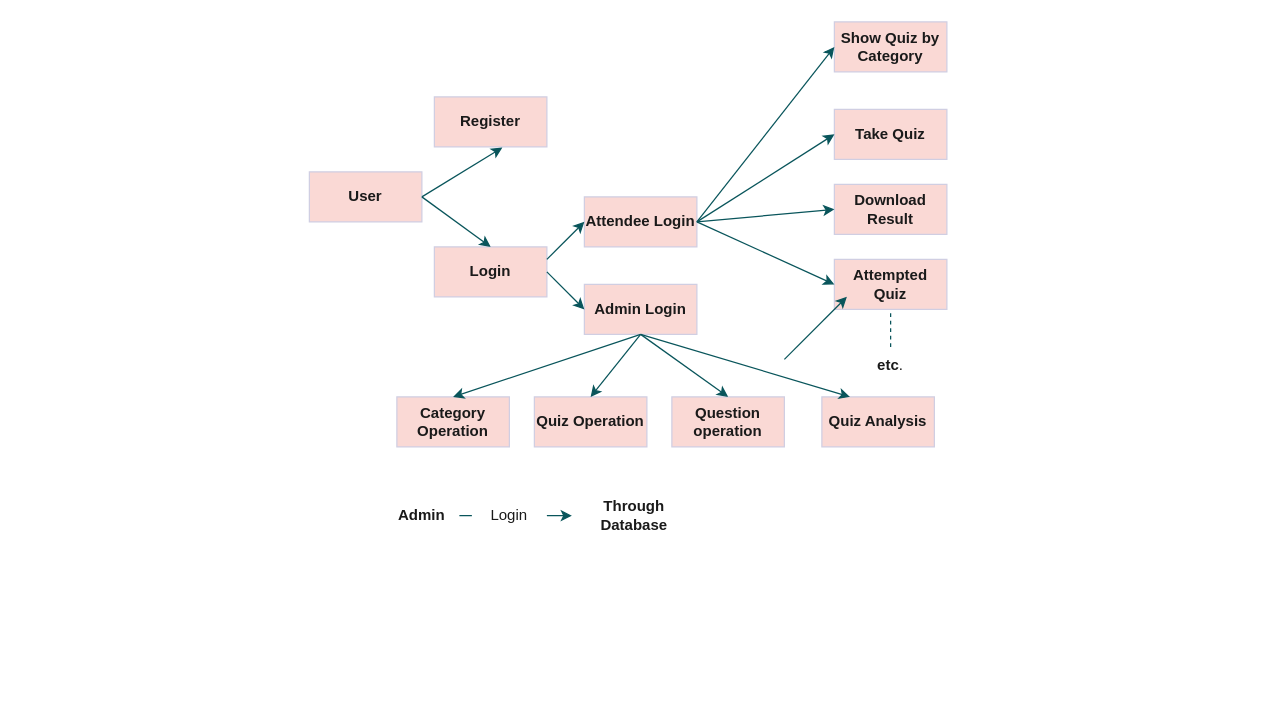
Before: Untitled Diagram.drawio in KajalCPatil/second, a draw.io diagram. Source tidied: cells renumbered, new cells numbered last; positions are measured from the earlier drawing's top-left corner, leaving out a move shared by most shapes. Both pictures are drawn from the tidied source at 125%, with x=0, y=0 at pixel (309, 21).
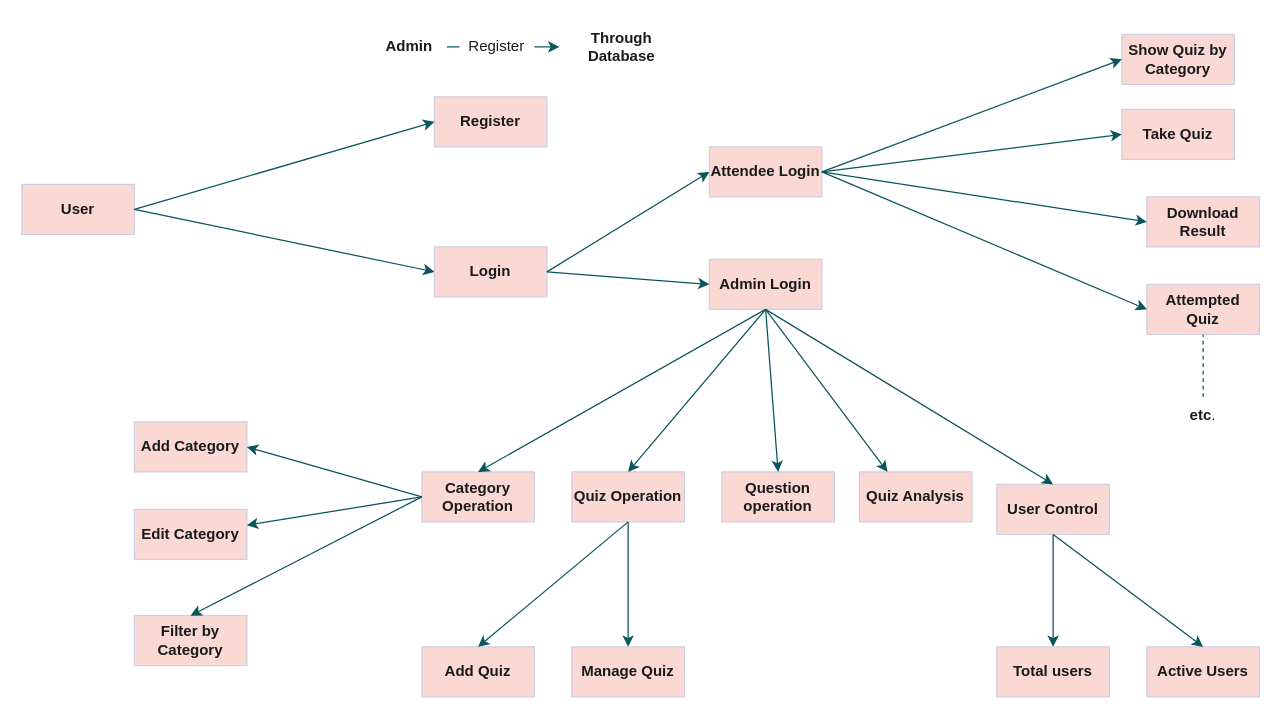
The same diagram, later.

Commit message:
Exam_Portal Flow1

Unchanged cells that the change refers to:
```xml
<mxCell id="3" value="&lt;b&gt;Register&lt;/b&gt;" style="rounded=0;whiteSpace=wrap;html=1;labelBackgroundColor=none;fillColor=#FAD9D5;strokeColor=#D0CEE2;fontColor=#1A1A1A;" parent="1" vertex="1">
  <mxGeometry x="100" y="60" width="90" height="40" as="geometry" />
</mxCell>
<mxCell id="4" value="&lt;b&gt;Login&lt;/b&gt;" style="rounded=0;whiteSpace=wrap;html=1;labelBackgroundColor=none;fillColor=#FAD9D5;strokeColor=#D0CEE2;fontColor=#1A1A1A;" parent="1" vertex="1">
  <mxGeometry x="100" y="180" width="90" height="40" as="geometry" />
</mxCell>
```

The edit, as a diff of the source:
```diff
@@
     <mxCell id="2" value="&lt;b&gt;User&lt;/b&gt;" style="rounded=0;whiteSpace=wrap;html=1;labelBackgroundColor=none;fillColor=#FAD9D5;strokeColor=#D0CEE2;fontColor=#1A1A1A;" parent="1" vertex="1">
-      <mxGeometry y="120" width="90" height="40" as="geometry" />
+      <mxGeometry x="-230" y="130" width="90" height="40" as="geometry" />
     </mxCell>
@@
     <mxCell id="5" value="&lt;b&gt;Attendee Login&lt;/b&gt;" style="rounded=0;whiteSpace=wrap;html=1;labelBackgroundColor=none;fillColor=#FAD9D5;strokeColor=#D0CEE2;fontColor=#1A1A1A;" parent="1" vertex="1">
-      <mxGeometry x="220" y="140" width="90" height="40" as="geometry" />
+      <mxGeometry x="320" y="100" width="90" height="40" as="geometry" />
     </mxCell>
     <mxCell id="6" value="&lt;b&gt;Admin Login&lt;/b&gt;" style="rounded=0;whiteSpace=wrap;html=1;labelBackgroundColor=none;fillColor=#FAD9D5;strokeColor=#D0CEE2;fontColor=#1A1A1A;" parent="1" vertex="1">
-      <mxGeometry x="220" y="210" width="90" height="40" as="geometry" />
+      <mxGeometry x="320" y="190" width="90" height="40" as="geometry" />
     </mxCell>
     <mxCell id="7" value="&lt;b&gt;Category Operation&lt;/b&gt;" style="rounded=0;whiteSpace=wrap;html=1;labelBackgroundColor=none;fillColor=#FAD9D5;strokeColor=#D0CEE2;fontColor=#1A1A1A;" parent="1" vertex="1">
-      <mxGeometry x="70" y="300" width="90" height="40" as="geometry" />
+      <mxGeometry x="90" y="360" width="90" height="40" as="geometry" />
     </mxCell>
     <mxCell id="8" value="&lt;b&gt;Quiz Operation&lt;/b&gt;" style="rounded=0;whiteSpace=wrap;html=1;labelBackgroundColor=none;fillColor=#FAD9D5;strokeColor=#D0CEE2;fontColor=#1A1A1A;" parent="1" vertex="1">
-      <mxGeometry x="180" y="300" width="90" height="40" as="geometry" />
+      <mxGeometry x="210" y="360" width="90" height="40" as="geometry" />
     </mxCell>
     <mxCell id="9" value="&lt;b&gt;Question operation&lt;/b&gt;" style="rounded=0;whiteSpace=wrap;html=1;labelBackgroundColor=none;fillColor=#FAD9D5;strokeColor=#D0CEE2;fontColor=#1A1A1A;" parent="1" vertex="1">
-      <mxGeometry x="290" y="300" width="90" height="40" as="geometry" />
+      <mxGeometry x="330" y="360" width="90" height="40" as="geometry" />
     </mxCell>
     <mxCell id="10" value="&lt;b&gt;Quiz Analysis&lt;/b&gt;" style="rounded=0;whiteSpace=wrap;html=1;labelBackgroundColor=none;fillColor=#FAD9D5;strokeColor=#D0CEE2;fontColor=#1A1A1A;" parent="1" vertex="1">
-      <mxGeometry x="410" y="300" width="90" height="40" as="geometry" />
+      <mxGeometry x="440" y="360" width="90" height="40" as="geometry" />
     </mxCell>
-    <mxCell id="11" style="endArrow=classic;html=1;rounded=0;entryX=0.604;entryY=1.015;entryDx=0;entryDy=0;entryPerimeter=0;labelBackgroundColor=none;strokeColor=#09555B;fontColor=default;" parent="1" edge="1" target="3">
-      <mxGeometry relative="1" as="geometry">
-        <mxPoint x="90" y="140" as="sourcePoint" />
-        <Array as="points">
-          <mxPoint x="90" y="140" />
-        </Array>
-      </mxGeometry>
+    <mxCell id="11" style="endArrow=classic;html=1;rounded=0;entryX=0;entryY=0.5;entryDx=0;entryDy=0;labelBackgroundColor=none;strokeColor=#09555B;fontColor=default;exitX=1;exitY=0.5;exitDx=0;exitDy=0;" parent="1" edge="1" source="2" target="3">
+      <mxGeometry relative="1" as="geometry" />
     </mxCell>
-    <mxCell id="12" style="endArrow=classic;html=1;rounded=0;exitX=1;exitY=0.5;exitDx=0;exitDy=0;entryX=0.5;entryY=0;entryDx=0;entryDy=0;labelBackgroundColor=none;strokeColor=#09555B;fontColor=default;" parent="1" edge="1" source="2" target="4">
+    <mxCell id="12" style="endArrow=classic;html=1;rounded=0;exitX=1;exitY=0.5;exitDx=0;exitDy=0;entryX=0;entryY=0.5;entryDx=0;entryDy=0;labelBackgroundColor=none;strokeColor=#09555B;fontColor=default;" parent="1" edge="1" source="2" target="4">
       <mxGeometry relative="1" as="geometry" />
     </mxCell>
@@
-    <mxCell id="15" style="endArrow=classic;html=1;rounded=0;exitX=0.5;exitY=1;exitDx=0;exitDy=0;entryX=0.5;entryY=0;entryDx=0;entryDy=0;labelBackgroundColor=none;strokeColor=#09555B;fontColor=default;" parent="1" edge="1" source="6" target="7">
-      <mxGeometry relative="1" as="geometry" />
+    <mxCell id="15" style="endArrow=classic;html=1;rounded=0;entryX=0.5;entryY=0;entryDx=0;entryDy=0;labelBackgroundColor=none;strokeColor=#09555B;fontColor=default;" parent="1" edge="1" target="7">
+      <mxGeometry relative="1" as="geometry">
+        <mxPoint x="365" y="230" as="sourcePoint" />
+      </mxGeometry>
     </mxCell>
@@
-    <mxCell id="17" style="endArrow=classic;html=1;rounded=0;exitX=1;exitY=0.25;exitDx=0;exitDy=0;entryX=0;entryY=0.5;entryDx=0;entryDy=0;labelBackgroundColor=none;strokeColor=#09555B;fontColor=default;" parent="1" edge="1" source="4" target="5">
+    <mxCell id="17" style="endArrow=classic;html=1;rounded=0;exitX=1;exitY=0.5;exitDx=0;exitDy=0;entryX=0;entryY=0.5;entryDx=0;entryDy=0;labelBackgroundColor=none;strokeColor=#09555B;fontColor=default;" parent="1" edge="1" source="4" target="5">
       <mxGeometry relative="1" as="geometry" />
     </mxCell>
@@
     <mxCell id="19" value="&lt;b&gt;Take Quiz&lt;/b&gt;" style="rounded=0;whiteSpace=wrap;html=1;labelBackgroundColor=none;fillColor=#FAD9D5;strokeColor=#D0CEE2;fontColor=#1A1A1A;" parent="1" vertex="1">
-      <mxGeometry x="420" y="70" width="90" height="40" as="geometry" />
+      <mxGeometry x="650" y="70" width="90" height="40" as="geometry" />
     </mxCell>
     <mxCell id="20" value="&lt;b&gt;Download Result&lt;/b&gt;" style="rounded=0;whiteSpace=wrap;html=1;labelBackgroundColor=none;fillColor=#FAD9D5;strokeColor=#D0CEE2;fontColor=#1A1A1A;" parent="1" vertex="1">
-      <mxGeometry x="420" y="130" width="90" height="40" as="geometry" />
+      <mxGeometry x="670" y="140" width="90" height="40" as="geometry" />
     </mxCell>
     <mxCell id="21" value="&lt;b&gt;Attempted Quiz&lt;/b&gt;" style="rounded=0;whiteSpace=wrap;html=1;labelBackgroundColor=none;fillColor=#FAD9D5;strokeColor=#D0CEE2;fontColor=#1A1A1A;" parent="1" vertex="1">
-      <mxGeometry x="420" y="190" width="90" height="40" as="geometry" />
+      <mxGeometry x="670" y="210" width="90" height="40" as="geometry" />
     </mxCell>
     <mxCell id="22" value="&lt;b&gt;Show Quiz by Category&lt;/b&gt;" style="rounded=0;whiteSpace=wrap;html=1;labelBackgroundColor=none;fillColor=#FAD9D5;strokeColor=#D0CEE2;fontColor=#1A1A1A;" parent="1" vertex="1">
-      <mxGeometry x="420" width="90" height="40" as="geometry" />
+      <mxGeometry x="650" y="10" width="90" height="40" as="geometry" />
     </mxCell>
@@
-    <mxCell id="24" style="endArrow=classic;html=1;rounded=0;exitX=1;exitY=0.5;exitDx=0;exitDy=0;entryX=0;entryY=0.5;entryDx=0;entryDy=0;labelBackgroundColor=none;strokeColor=#09555B;fontColor=default;" parent="1" edge="1" source="5" target="19">
+    <mxCell id="24" style="endArrow=classic;html=1;rounded=0;entryX=0;entryY=0.5;entryDx=0;entryDy=0;labelBackgroundColor=none;strokeColor=#09555B;fontColor=default;exitX=1;exitY=0.5;exitDx=0;exitDy=0;" parent="1" edge="1" source="5" target="19">
       <mxGeometry relative="1" as="geometry" />
     </mxCell>
-    <mxCell id="25" style="endArrow=classic;html=1;rounded=0;entryX=0;entryY=0.5;entryDx=0;entryDy=0;labelBackgroundColor=none;strokeColor=#09555B;fontColor=default;" parent="1" edge="1" target="20">
-      <mxGeometry relative="1" as="geometry">
-        <mxPoint x="310" y="160" as="sourcePoint" />
-      </mxGeometry>
+    <mxCell id="25" style="endArrow=classic;html=1;rounded=0;entryX=0;entryY=0.5;entryDx=0;entryDy=0;labelBackgroundColor=none;strokeColor=#09555B;fontColor=default;exitX=1;exitY=0.5;exitDx=0;exitDy=0;" parent="1" edge="1" source="5" target="20">
+      <mxGeometry relative="1" as="geometry" />
     </mxCell>
-    <mxCell id="26" style="endArrow=classic;html=1;rounded=0;entryX=0;entryY=0.5;entryDx=0;entryDy=0;labelBackgroundColor=none;strokeColor=#09555B;fontColor=default;" parent="1" edge="1" target="21">
-      <mxGeometry relative="1" as="geometry">
-        <mxPoint x="310" y="160" as="sourcePoint" />
-      </mxGeometry>
+    <mxCell id="26" style="endArrow=classic;html=1;rounded=0;entryX=0;entryY=0.5;entryDx=0;entryDy=0;labelBackgroundColor=none;strokeColor=#09555B;fontColor=default;exitX=1;exitY=0.5;exitDx=0;exitDy=0;" parent="1" edge="1" source="5" target="21">
+      <mxGeometry relative="1" as="geometry" />
     </mxCell>
-    <mxCell id="27" style="endArrow=none;dashed=1;html=1;rounded=0;entryX=0.5;entryY=1;entryDx=0;entryDy=0;strokeColor=#09555B;labelBackgroundColor=none;fontColor=default;" parent="1" edge="1" target="21">
-      <mxGeometry relative="1" as="geometry">
-        <mxPoint x="465" y="260" as="sourcePoint" />
-      </mxGeometry>
+    <mxCell id="27" style="endArrow=none;dashed=1;html=1;rounded=0;entryX=0.5;entryY=1;entryDx=0;entryDy=0;strokeColor=#09555B;labelBackgroundColor=none;fontColor=default;exitX=0.5;exitY=0;exitDx=0;exitDy=0;" parent="1" edge="1" source="28" target="21">
+      <mxGeometry relative="1" as="geometry" />
     </mxCell>
     <mxCell id="28" value="&lt;b&gt;etc&lt;/b&gt;." style="text;html=1;strokeColor=none;fillColor=none;align=center;verticalAlign=middle;whiteSpace=wrap;rounded=0;fontColor=#1A1A1A;" parent="1" vertex="1">
-      <mxGeometry x="435" y="260" width="60" height="30" as="geometry" />
+      <mxGeometry x="685" y="300" width="60" height="30" as="geometry" />
     </mxCell>
     <mxCell id="29" value="&lt;b&gt;Admin&lt;/b&gt;" style="text;html=1;strokeColor=none;fillColor=none;align=center;verticalAlign=middle;whiteSpace=wrap;rounded=0;fontColor=#1A1A1A;" parent="1" vertex="1">
-      <mxGeometry x="60" y="380" width="60" height="30" as="geometry" />
+      <mxGeometry x="50" y="5" width="60" height="30" as="geometry" />
     </mxCell>
-    <mxCell id="30" style="endArrow=classic;html=1;rounded=0;strokeColor=#09555B;fontColor=#1A1A1A;" parent="1" edge="1">
-      <mxGeometry relative="1" as="geometry">
-        <mxPoint x="380" y="270" as="sourcePoint" />
-        <mxPoint x="430" y="220" as="targetPoint" />
-      </mxGeometry>
-    </mxCell>
     <mxCell id="31" style="endArrow=classic;html=1;rounded=0;strokeColor=#09555B;fontColor=#1A1A1A;startArrow=none;" parent="1" edge="1" source="34">
       <mxGeometry relative="1" as="geometry">
-        <mxPoint x="210" y="395" as="targetPoint" />
+        <mxPoint x="200" y="20" as="targetPoint" />
       </mxGeometry>
     </mxCell>
     <mxCell id="32" value="&lt;b&gt;Through Database&lt;/b&gt;" style="text;html=1;strokeColor=none;fillColor=none;align=center;verticalAlign=middle;whiteSpace=wrap;rounded=0;fontColor=#1A1A1A;" parent="1" vertex="1">
-      <mxGeometry x="230" y="380" width="60" height="30" as="geometry" />
+      <mxGeometry x="220" y="5" width="60" height="30" as="geometry" />
     </mxCell>
@@
-    <mxCell id="34" value="Login" style="text;html=1;strokeColor=none;fillColor=none;align=center;verticalAlign=middle;whiteSpace=wrap;rounded=0;fontColor=#1A1A1A;" parent="1" vertex="1">
-      <mxGeometry x="130" y="380" width="60" height="30" as="geometry" />
+    <mxCell id="34" value="Register" style="text;html=1;strokeColor=none;fillColor=none;align=center;verticalAlign=middle;whiteSpace=wrap;rounded=0;fontColor=#1A1A1A;" parent="1" vertex="1">
+      <mxGeometry x="120" y="5" width="60" height="30" as="geometry" />
     </mxCell>
+    <mxCell id="35" value="&lt;b&gt;User Control&lt;/b&gt;" style="rounded=0;whiteSpace=wrap;html=1;labelBackgroundColor=none;fillColor=#FAD9D5;strokeColor=#D0CEE2;fontColor=#1A1A1A;" parent="1" vertex="1">
+      <mxGeometry x="550" y="370" width="90" height="40" as="geometry" />
+    </mxCell>
+    <mxCell id="36" style="endArrow=classic;html=1;rounded=0;exitX=0.5;exitY=1;exitDx=0;exitDy=0;entryX=0.5;entryY=0;entryDx=0;entryDy=0;labelBackgroundColor=none;strokeColor=#09555B;fontColor=default;" parent="1" edge="1" source="6" target="35">
+      <mxGeometry relative="1" as="geometry" />
+    </mxCell>
+    <mxCell id="37" value="&lt;b&gt;Edit Category&lt;/b&gt;" style="rounded=0;whiteSpace=wrap;html=1;labelBackgroundColor=none;fillColor=#FAD9D5;strokeColor=#D0CEE2;fontColor=#1A1A1A;" parent="1" vertex="1">
+      <mxGeometry x="-140" y="390" width="90" height="40" as="geometry" />
+    </mxCell>
+    <mxCell id="38" value="&lt;b&gt;Add Category&lt;/b&gt;" style="rounded=0;whiteSpace=wrap;html=1;labelBackgroundColor=none;fillColor=#FAD9D5;strokeColor=#D0CEE2;fontColor=#1A1A1A;" parent="1" vertex="1">
+      <mxGeometry x="-140" y="320" width="90" height="40" as="geometry" />
+    </mxCell>
+    <mxCell id="39" value="&lt;b&gt;Filter by Category&lt;/b&gt;" style="rounded=0;whiteSpace=wrap;html=1;labelBackgroundColor=none;fillColor=#FAD9D5;strokeColor=#D0CEE2;fontColor=#1A1A1A;" parent="1" vertex="1">
+      <mxGeometry x="-140" y="475" width="90" height="40" as="geometry" />
+    </mxCell>
+    <mxCell id="40" style="endArrow=classic;html=1;rounded=0;entryX=1;entryY=0.5;entryDx=0;entryDy=0;labelBackgroundColor=none;strokeColor=#09555B;fontColor=default;exitX=0;exitY=0.5;exitDx=0;exitDy=0;" parent="1" edge="1" source="7" target="38">
+      <mxGeometry relative="1" as="geometry" />
+    </mxCell>
+    <mxCell id="41" style="endArrow=classic;html=1;rounded=0;labelBackgroundColor=none;strokeColor=#09555B;fontColor=default;" parent="1" edge="1" target="37">
+      <mxGeometry relative="1" as="geometry">
+        <mxPoint x="90" y="380" as="sourcePoint" />
+      </mxGeometry>
+    </mxCell>
+    <mxCell id="42" style="endArrow=classic;html=1;rounded=0;entryX=0.5;entryY=0;entryDx=0;entryDy=0;labelBackgroundColor=none;strokeColor=#09555B;fontColor=default;exitX=0;exitY=0.5;exitDx=0;exitDy=0;" parent="1" edge="1" source="7" target="39">
+      <mxGeometry relative="1" as="geometry" />
+    </mxCell>
+    <mxCell id="43" value="&lt;b&gt;Add Quiz&lt;/b&gt;" style="rounded=0;whiteSpace=wrap;html=1;labelBackgroundColor=none;fillColor=#FAD9D5;strokeColor=#D0CEE2;fontColor=#1A1A1A;" parent="1" vertex="1">
+      <mxGeometry x="90" y="500" width="90" height="40" as="geometry" />
+    </mxCell>
+    <mxCell id="44" style="endArrow=classic;html=1;rounded=0;entryX=0.5;entryY=0;entryDx=0;entryDy=0;labelBackgroundColor=none;strokeColor=#09555B;fontColor=default;exitX=0.5;exitY=1;exitDx=0;exitDy=0;" parent="1" edge="1" source="8" target="43">
+      <mxGeometry relative="1" as="geometry" />
+    </mxCell>
+    <mxCell id="45" value="&lt;b&gt;Manage Quiz&lt;/b&gt;" style="rounded=0;whiteSpace=wrap;html=1;labelBackgroundColor=none;fillColor=#FAD9D5;strokeColor=#D0CEE2;fontColor=#1A1A1A;" parent="1" vertex="1">
+      <mxGeometry x="210" y="500" width="90" height="40" as="geometry" />
+    </mxCell>
+    <mxCell id="46" style="endArrow=classic;html=1;rounded=0;entryX=0.5;entryY=0;entryDx=0;entryDy=0;labelBackgroundColor=none;strokeColor=#09555B;fontColor=default;exitX=0.5;exitY=1;exitDx=0;exitDy=0;" parent="1" edge="1" source="8" target="45">
+      <mxGeometry relative="1" as="geometry" />
+    </mxCell>
+    <mxCell id="47" value="&lt;b&gt;Total users&lt;/b&gt;" style="rounded=0;whiteSpace=wrap;html=1;labelBackgroundColor=none;fillColor=#FAD9D5;strokeColor=#D0CEE2;fontColor=#1A1A1A;" parent="1" vertex="1">
+      <mxGeometry x="550" y="500" width="90" height="40" as="geometry" />
+    </mxCell>
+    <mxCell id="48" value="&lt;b&gt;Active Users&lt;/b&gt;" style="rounded=0;whiteSpace=wrap;html=1;labelBackgroundColor=none;fillColor=#FAD9D5;strokeColor=#D0CEE2;fontColor=#1A1A1A;" parent="1" vertex="1">
+      <mxGeometry x="670" y="500" width="90" height="40" as="geometry" />
+    </mxCell>
+    <mxCell id="49" style="endArrow=classic;html=1;rounded=0;exitX=0.5;exitY=1;exitDx=0;exitDy=0;labelBackgroundColor=none;strokeColor=#09555B;fontColor=default;" parent="1" edge="1" source="35" target="47">
+      <mxGeometry relative="1" as="geometry" />
+    </mxCell>
+    <mxCell id="50" style="endArrow=classic;html=1;rounded=0;exitX=0.5;exitY=1;exitDx=0;exitDy=0;labelBackgroundColor=none;strokeColor=#09555B;fontColor=default;entryX=0.5;entryY=0;entryDx=0;entryDy=0;" parent="1" edge="1" source="35" target="48">
+      <mxGeometry relative="1" as="geometry" />
+    </mxCell>
```
